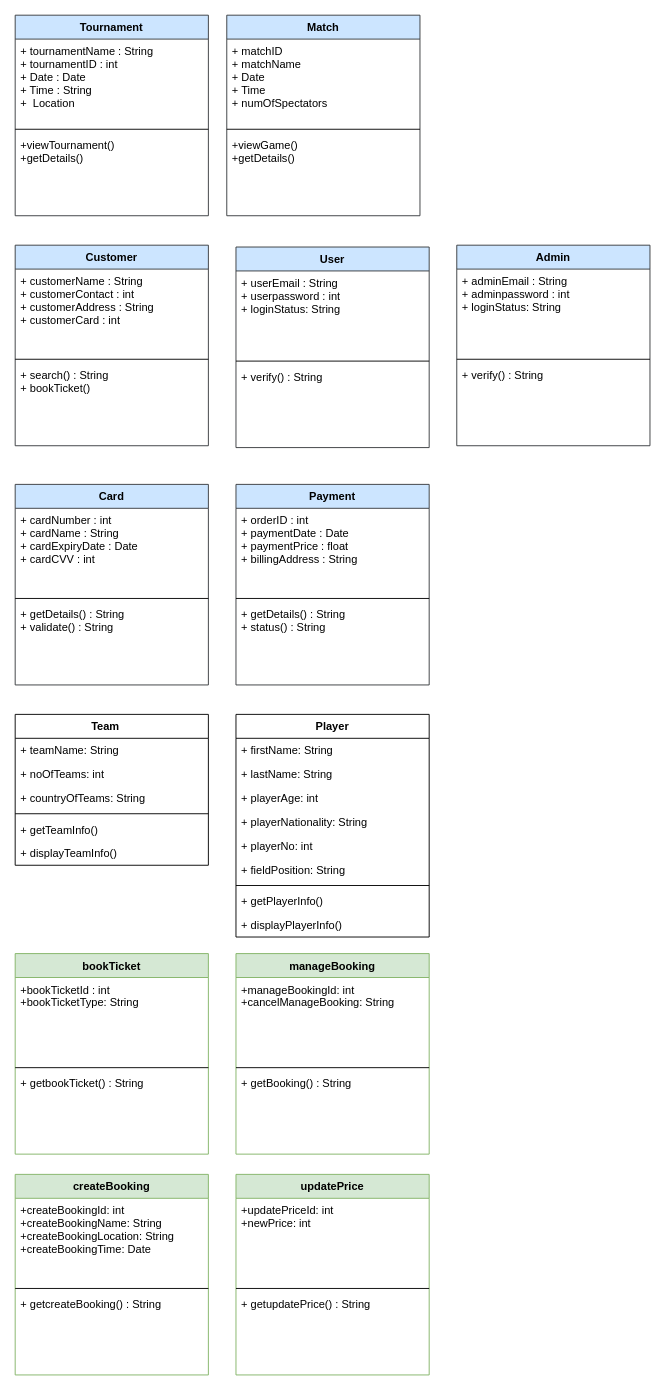
Above: SES_Class.drawio in mlvl974/SportsEventSystem (draw.io), before the change. Source tidied: cells renumbered, new cells numbered last; positions are measured from the earlier drawing's top-left corner, leaving out a move shared by most shapes. Both pictures are drawn from the tidied source at 92%, with x=0, y=0 at pixel (15, 15).
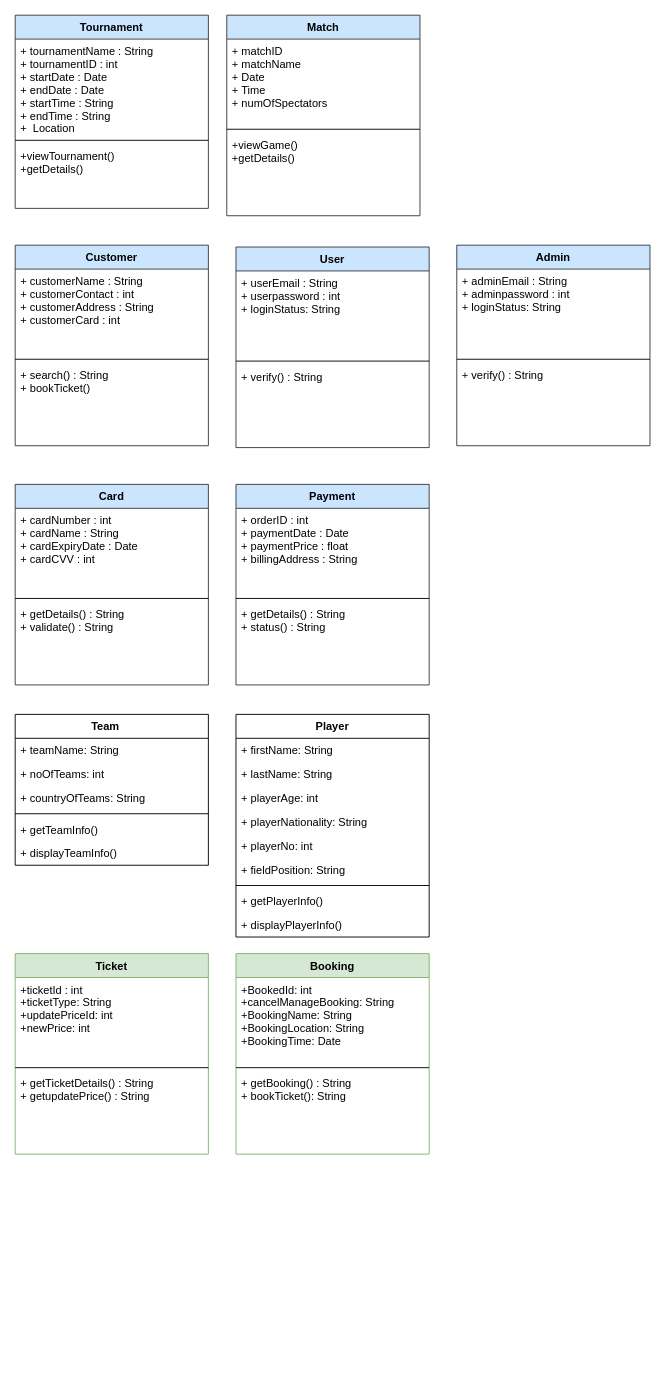
Above is the later version.

Diff of the diagram source:
```diff
@@
     <mxCell id="2" value="Tournament" style="swimlane;fontStyle=1;align=center;verticalAlign=top;horizontal=1;startSize=26;fillColor=#cce5ff;strokeColor=#36393d;" parent="1" vertex="1">
-      <mxGeometry width="210" height="218" as="geometry" />
+      <mxGeometry width="210" height="210" as="geometry" />
     </mxCell>
-    <mxCell id="3" value="+ tournamentName : String&#10;+ tournamentID : int &#10;+ Date : Date&#10;+ Time : String&#10;+  Location" style="text;strokeColor=none;fillColor=none;align=left;verticalAlign=top;spacingLeft=4;spacingRight=4;overflow=hidden;" parent="2" vertex="1">
-      <mxGeometry y="26" width="210" height="94" as="geometry" />
+    <mxCell id="3" value="+ tournamentName : String&#10;+ tournamentID : int &#10;+ startDate : Date&#10;+ endDate : Date&#10;+ startTime : String&#10;+ endTime : String&#10;+  Location" style="text;strokeColor=none;fillColor=none;align=left;verticalAlign=top;spacingLeft=4;spacingRight=4;overflow=hidden;" parent="2" vertex="1">
+      <mxGeometry y="26" width="210" height="106" as="geometry" />
     </mxCell>
     <mxCell id="4" style="line;strokeWidth=1;fillColor=none;align=left;verticalAlign=middle;spacingTop=-1;spacingLeft=3;spacingRight=3;labelPosition=right;" parent="2" vertex="1">
-      <mxGeometry y="120" width="210" height="8" as="geometry" />
+      <mxGeometry y="132" width="210" height="8" as="geometry" />
     </mxCell>
     <mxCell id="5" value="+viewTournament()&#10;+getDetails()" style="text;strokeColor=none;fillColor=none;align=left;verticalAlign=top;spacingLeft=4;spacingRight=4;overflow=hidden;" parent="2" vertex="1">
-      <mxGeometry y="128" width="210" height="90" as="geometry" />
+      <mxGeometry y="140" width="210" height="70" as="geometry" />
     </mxCell>
@@
-    <mxCell id="47" value="manageBooking" style="swimlane;fontStyle=1;align=center;verticalAlign=top;horizontal=1;startSize=26;fillColor=#d5e8d4;strokeColor=#82b366;" parent="1" vertex="1">
+    <mxCell id="47" value="Booking" style="swimlane;fontStyle=1;align=center;verticalAlign=top;horizontal=1;startSize=26;fillColor=#d5e8d4;strokeColor=#82b366;" parent="1" vertex="1">
       <mxGeometry x="240" y="1020" width="210" height="218" as="geometry" />
     </mxCell>
-    <mxCell id="48" value="+manageBookingId: int&#10;+cancelManageBooking: String&#10;" style="text;strokeColor=none;fillColor=none;align=left;verticalAlign=top;spacingLeft=4;spacingRight=4;overflow=hidden;" parent="47" vertex="1">
+    <mxCell id="48" value="+BookedId: int&#10;+cancelManageBooking: String&#10;+BookingName: String&#10;+BookingLocation: String&#10;+BookingTime: Date&#10;" style="text;strokeColor=none;fillColor=none;align=left;verticalAlign=top;spacingLeft=4;spacingRight=4;overflow=hidden;" parent="47" vertex="1">
       <mxGeometry y="26" width="210" height="94" as="geometry" />
     </mxCell>
@@
-    <mxCell id="50" value="+ getBooking() : String" style="text;strokeColor=none;fillColor=none;align=left;verticalAlign=top;spacingLeft=4;spacingRight=4;overflow=hidden;fontColor=#000000;" parent="47" vertex="1">
+    <mxCell id="50" value="+ getBooking() : String&#10;+ bookTicket(): String" style="text;strokeColor=none;fillColor=none;align=left;verticalAlign=top;spacingLeft=4;spacingRight=4;overflow=hidden;fontColor=#000000;" parent="47" vertex="1">
       <mxGeometry y="128" width="210" height="90" as="geometry" />
     </mxCell>
-    <mxCell id="51" value="bookTicket" style="swimlane;fontStyle=1;align=center;verticalAlign=top;horizontal=1;startSize=26;fillColor=#d5e8d4;strokeColor=#82b366;" parent="1" vertex="1">
+    <mxCell id="51" value="Ticket" style="swimlane;fontStyle=1;align=center;verticalAlign=top;horizontal=1;startSize=26;fillColor=#d5e8d4;strokeColor=#82b366;" parent="1" vertex="1">
       <mxGeometry y="1020" width="210" height="218" as="geometry" />
     </mxCell>
-    <mxCell id="52" value="+bookTicketId : int&#10;+bookTicketType: String&#10;" style="text;strokeColor=none;fillColor=none;align=left;verticalAlign=top;spacingLeft=4;spacingRight=4;overflow=hidden;" parent="51" vertex="1">
+    <mxCell id="52" value="+ticketId : int&#10;+ticketType: String&#10;+updatePriceId: int &#10;+newPrice: int&#10;" style="text;strokeColor=none;fillColor=none;align=left;verticalAlign=top;spacingLeft=4;spacingRight=4;overflow=hidden;" parent="51" vertex="1">
       <mxGeometry y="26" width="210" height="94" as="geometry" />
     </mxCell>
@@
-    <mxCell id="54" value="+ getbookTicket() : String&#10;" style="text;strokeColor=none;fillColor=none;align=left;verticalAlign=top;spacingLeft=4;spacingRight=4;overflow=hidden;fontColor=#000000;" parent="51" vertex="1">
+    <mxCell id="54" value="+ getTicketDetails() : String&#10;+ getupdatePrice() : String&#10;" style="text;strokeColor=none;fillColor=none;align=left;verticalAlign=top;spacingLeft=4;spacingRight=4;overflow=hidden;fontColor=#000000;" parent="51" vertex="1">
       <mxGeometry y="128" width="210" height="90" as="geometry" />
     </mxCell>
-    <mxCell id="55" value="updatePrice" style="swimlane;fontStyle=1;align=center;verticalAlign=top;horizontal=1;startSize=26;fillColor=#d5e8d4;strokeColor=#82b366;" parent="1" vertex="1">
-      <mxGeometry x="240" y="1260" width="210" height="218" as="geometry" />
-    </mxCell>
-    <mxCell id="56" value="+updatePriceId: int &#10;+newPrice: int&#10;&#10;" style="text;strokeColor=none;fillColor=none;align=left;verticalAlign=top;spacingLeft=4;spacingRight=4;overflow=hidden;" parent="55" vertex="1">
-      <mxGeometry y="26" width="210" height="94" as="geometry" />
-    </mxCell>
-    <mxCell id="57" style="line;strokeWidth=1;fillColor=none;align=left;verticalAlign=middle;spacingTop=-1;spacingLeft=3;spacingRight=3;labelPosition=right;" parent="55" vertex="1">
-      <mxGeometry y="120" width="210" height="8" as="geometry" />
-    </mxCell>
-    <mxCell id="58" value="+ getupdatePrice() : String" style="text;strokeColor=none;fillColor=none;align=left;verticalAlign=top;spacingLeft=4;spacingRight=4;overflow=hidden;fontColor=#000000;" parent="55" vertex="1">
-      <mxGeometry y="128" width="210" height="90" as="geometry" />
-    </mxCell>
-    <mxCell id="59" value="createBooking" style="swimlane;fontStyle=1;align=center;verticalAlign=top;horizontal=1;startSize=26;fillColor=#d5e8d4;strokeColor=#82b366;" parent="1" vertex="1">
-      <mxGeometry y="1260" width="210" height="218" as="geometry" />
-    </mxCell>
-    <mxCell id="60" value="+createBookingId: int &#10;+createBookingName: String&#10;+createBookingLocation: String&#10;+createBookingTime: Date" style="text;strokeColor=none;fillColor=none;align=left;verticalAlign=top;spacingLeft=4;spacingRight=4;overflow=hidden;" parent="59" vertex="1">
-      <mxGeometry y="26" width="210" height="94" as="geometry" />
-    </mxCell>
-    <mxCell id="61" style="line;strokeWidth=1;fillColor=none;align=left;verticalAlign=middle;spacingTop=-1;spacingLeft=3;spacingRight=3;labelPosition=right;" parent="59" vertex="1">
-      <mxGeometry y="120" width="210" height="8" as="geometry" />
-    </mxCell>
-    <mxCell id="62" value="+ getcreateBooking() : String&#10;" style="text;strokeColor=none;fillColor=none;align=left;verticalAlign=top;spacingLeft=4;spacingRight=4;overflow=hidden;fontColor=#000000;" parent="59" vertex="1">
-      <mxGeometry y="128" width="210" height="90" as="geometry" />
-    </mxCell>
```
